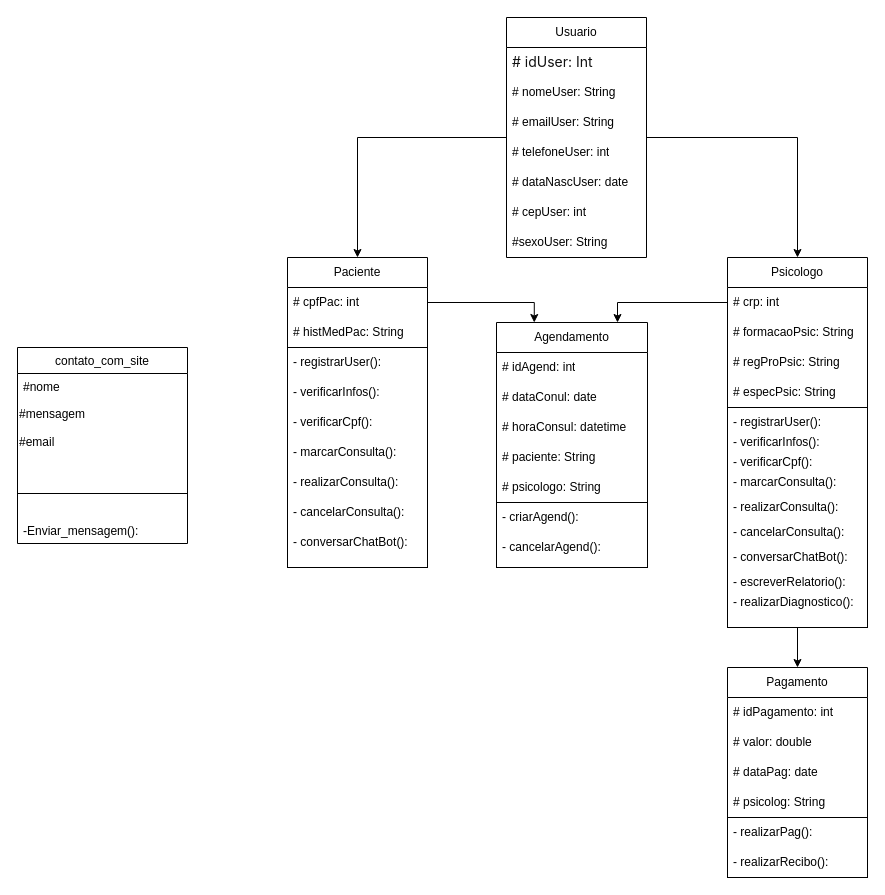
The draw.io diagram DiagramaDeClasse.drawio in Patadaoikkk/uml, before the edit. Source tidied: cells renumbered, new cells numbered last; positions are measured from the earlier drawing's top-left corner, leaving out a move shared by most shapes. Both pictures are drawn from the tidied source at 100%, with x=0, y=0 at pixel (17, 17).
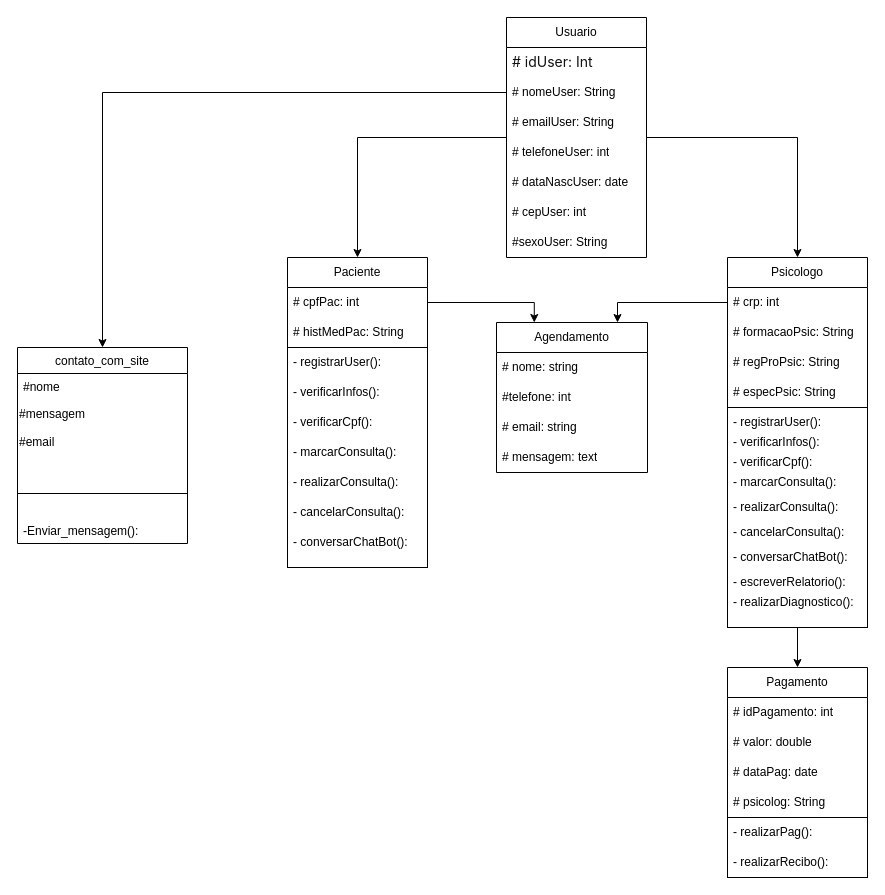
The same diagram, later.

Unchanged cells that the change refers to:
```xml
<mxCell id="5" value="# nomeUser: String" style="text;strokeColor=none;fillColor=none;align=left;verticalAlign=middle;spacingLeft=4;spacingRight=4;overflow=hidden;points=[[0,0.5],[1,0.5]];portConstraint=eastwest;whiteSpace=wrap;html=1;" parent="3" vertex="1">
  <mxGeometry y="60" width="140" height="30" as="geometry" />
</mxCell>
<mxCell id="58" value="&lt;span style=&quot;font-weight: 400;&quot;&gt;contato_com_site&lt;/span&gt;" style="swimlane;fontStyle=1;align=center;verticalAlign=top;horizontal=1;startSize=26;whiteSpace=wrap;html=1;" parent="1" vertex="1">
  <mxGeometry y="330" width="170" height="196" as="geometry" />
</mxCell>
```

Diff of the diagram source:
```diff
@@
     <mxCell id="46" value="Agendamento" style="swimlane;fontStyle=0;horizontal=1;startSize=30;whiteSpace=wrap;html=1;" parent="1" vertex="1">
-      <mxGeometry x="479" y="305" width="151" height="180" as="geometry" />
+      <mxGeometry x="479" y="305" width="151" height="150" as="geometry" />
     </mxCell>
-    <mxCell id="47" value="# idAgend: int" style="text;strokeColor=none;fillColor=none;align=left;verticalAlign=middle;spacingLeft=4;spacingRight=4;overflow=hidden;whiteSpace=wrap;html=1;" parent="46" vertex="1">
+    <mxCell id="47" value="# nome: string" style="text;strokeColor=none;fillColor=none;align=left;verticalAlign=middle;spacingLeft=4;spacingRight=4;overflow=hidden;whiteSpace=wrap;html=1;" parent="46" vertex="1">
       <mxGeometry y="30" width="151" height="30" as="geometry" />
     </mxCell>
-    <mxCell id="48" value="# dataConul: date" style="text;strokeColor=none;fillColor=none;align=left;verticalAlign=middle;spacingLeft=4;spacingRight=4;overflow=hidden;whiteSpace=wrap;html=1;" parent="46" vertex="1">
+    <mxCell id="48" value="#telefone: int" style="text;strokeColor=none;fillColor=none;align=left;verticalAlign=middle;spacingLeft=4;spacingRight=4;overflow=hidden;whiteSpace=wrap;html=1;" parent="46" vertex="1">
       <mxGeometry y="60" width="151" height="30" as="geometry" />
     </mxCell>
-    <mxCell id="49" value="# horaConsul: datetime" style="text;strokeColor=none;fillColor=none;align=left;verticalAlign=middle;spacingLeft=4;spacingRight=4;overflow=hidden;whiteSpace=wrap;html=1;" parent="46" vertex="1">
+    <mxCell id="49" value="# email: string" style="text;strokeColor=none;fillColor=none;align=left;verticalAlign=middle;spacingLeft=4;spacingRight=4;overflow=hidden;whiteSpace=wrap;html=1;" parent="46" vertex="1">
       <mxGeometry y="90" width="151" height="30" as="geometry" />
     </mxCell>
-    <mxCell id="50" value="# paciente: String" style="text;strokeColor=none;fillColor=none;align=left;verticalAlign=middle;spacingLeft=4;spacingRight=4;overflow=hidden;whiteSpace=wrap;html=1;" parent="46" vertex="1">
+    <mxCell id="50" value="# mensagem: text" style="text;strokeColor=none;fillColor=none;align=left;verticalAlign=middle;spacingLeft=4;spacingRight=4;overflow=hidden;whiteSpace=wrap;html=1;" parent="46" vertex="1">
       <mxGeometry y="120" width="151" height="30" as="geometry" />
     </mxCell>
-    <mxCell id="51" value="# psicologo: String" style="text;strokeColor=none;fillColor=none;align=left;verticalAlign=middle;spacingLeft=4;spacingRight=4;overflow=hidden;whiteSpace=wrap;html=1;" parent="46" vertex="1">
-      <mxGeometry y="150" width="151" height="30" as="geometry" />
-    </mxCell>
-    <mxCell id="52" style="rounded=0;whiteSpace=wrap;html=1;" parent="1" vertex="1">
-      <mxGeometry x="479" y="485" width="151" height="65" as="geometry" />
-    </mxCell>
-    <mxCell id="53" value="- criarAgend():&amp;nbsp;" style="text;strokeColor=none;fillColor=none;align=left;verticalAlign=middle;spacingLeft=4;spacingRight=4;overflow=hidden;whiteSpace=wrap;html=1;" parent="1" vertex="1">
-      <mxGeometry x="479" y="485" width="145" height="30" as="geometry" />
-    </mxCell>
-    <mxCell id="54" value="- cancelarAgend():" style="text;strokeColor=none;fillColor=none;align=left;verticalAlign=middle;spacingLeft=4;spacingRight=4;overflow=hidden;whiteSpace=wrap;html=1;" parent="1" vertex="1">
-      <mxGeometry x="479" y="515" width="145" height="30" as="geometry" />
-    </mxCell>
@@
+    <mxCell id="64" style="edgeStyle=orthogonalEdgeStyle;rounded=0;jettySize=auto;html=1;" parent="1" edge="1" source="5" target="58">
+      <mxGeometry relative="1" as="geometry" />
+    </mxCell>
```
